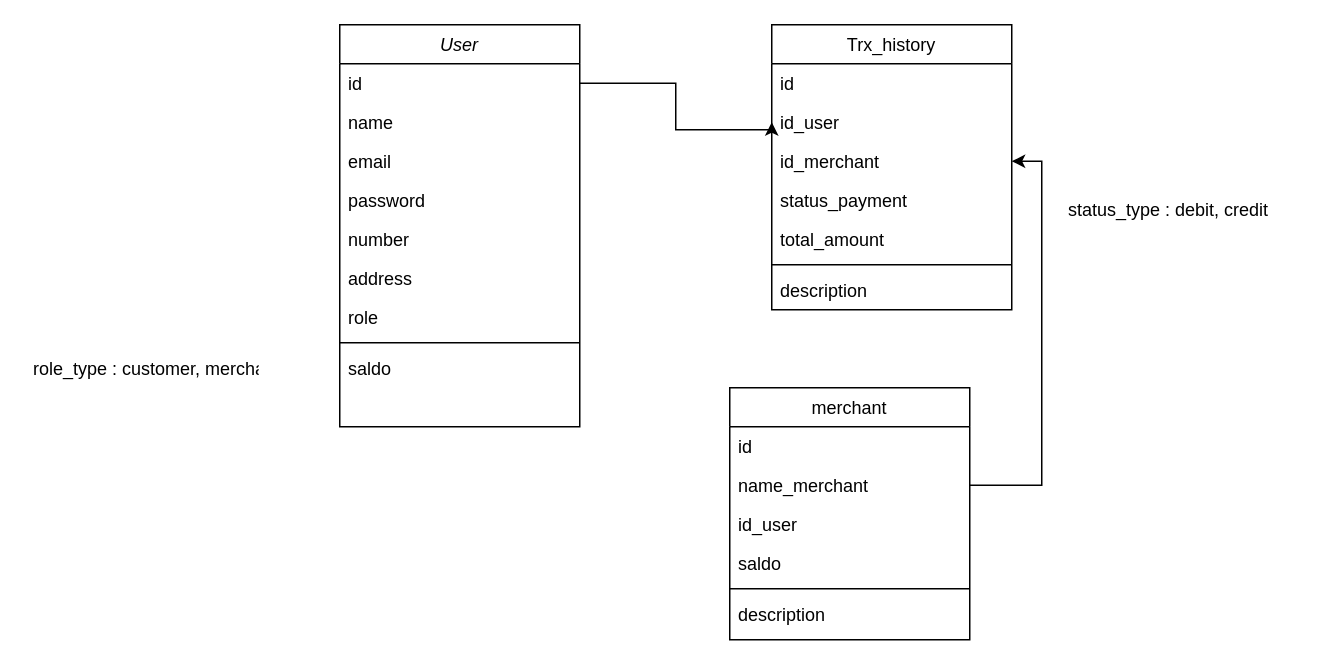
Before: Untitled Diagram.drawio in FadhellNPutra/PayEasy, a draw.io diagram. Source tidied: cells renumbered, new cells numbered last; positions are measured from the earlier drawing's top-left corner, leaving out a move shared by most shapes. Both pictures are drawn from the tidied source at 150%, with x=0, y=0 at pixel (24, 24).
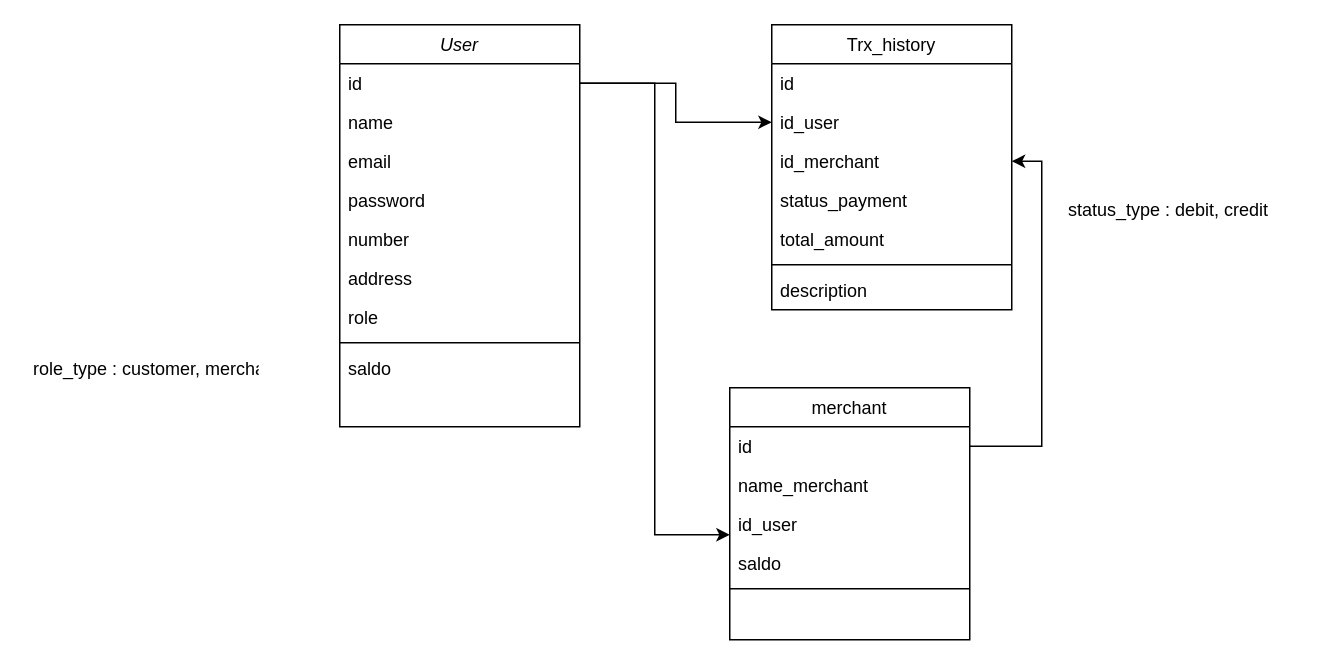
The same diagram, later.

Unchanged cells that the change refers to:
```xml
<mxCell id="3" value="id&#10;" style="text;align=left;verticalAlign=top;spacingLeft=4;spacingRight=4;overflow=hidden;points=[[0,0.5],[1,0.5]];portConstraint=eastwest;" parent="2" vertex="1">
  <mxGeometry y="26" width="160" height="26" as="geometry" />
</mxCell>
<mxCell id="14" value="id_user" style="text;align=left;verticalAlign=top;spacingLeft=4;spacingRight=4;overflow=hidden;points=[[0,0.5],[1,0.5]];portConstraint=eastwest;rounded=0;shadow=0;html=0;" parent="12" vertex="1">
  <mxGeometry y="52" width="160" height="26" as="geometry" />
</mxCell>
<mxCell id="15" value="id_merchant" style="text;align=left;verticalAlign=top;spacingLeft=4;spacingRight=4;overflow=hidden;points=[[0,0.5],[1,0.5]];portConstraint=eastwest;rounded=0;shadow=0;html=0;" parent="12" vertex="1">
  <mxGeometry y="78" width="160" height="26" as="geometry" />
</mxCell>
<mxCell id="21" value="merchant" style="swimlane;fontStyle=0;align=center;verticalAlign=top;horizontal=1;startSize=26;rounded=0;shadow=0;strokeWidth=1;" parent="1" vertex="1">
  <mxGeometry x="470" y="242" width="160" height="168" as="geometry" />
</mxCell>
<mxCell id="22" value="id" style="text;align=left;verticalAlign=top;spacingLeft=4;spacingRight=4;overflow=hidden;points=[[0,0.5],[1,0.5]];portConstraint=eastwest;" parent="21" vertex="1">
  <mxGeometry y="26" width="160" height="26" as="geometry" />
</mxCell>
<mxCell id="23" value="name_merchant" style="text;align=left;verticalAlign=top;spacingLeft=4;spacingRight=4;overflow=hidden;points=[[0,0.5],[1,0.5]];portConstraint=eastwest;rounded=0;shadow=0;html=0;" parent="21" vertex="1">
  <mxGeometry y="52" width="160" height="26" as="geometry" />
</mxCell>
<mxCell id="24" value="id_user" style="text;align=left;verticalAlign=top;spacingLeft=4;spacingRight=4;overflow=hidden;points=[[0,0.5],[1,0.5]];portConstraint=eastwest;rounded=0;shadow=0;html=0;" parent="21" vertex="1">
  <mxGeometry y="78" width="160" height="26" as="geometry" />
</mxCell>
```

Diff of the diagram source:
```diff
@@
-    <mxCell id="20" style="edgeStyle=orthogonalEdgeStyle;rounded=0;jettySize=auto;html=1;entryX=0;entryY=0.5;entryDx=0;entryDy=0;" parent="1" edge="1" source="3">
-      <mxGeometry relative="1" as="geometry">
-        <mxPoint x="498" y="65" as="targetPoint" />
-        <Array as="points">
-          <mxPoint x="434" y="39" />
-          <mxPoint x="434" y="70" />
-          <mxPoint x="498" y="70" />
-        </Array>
-      </mxGeometry>
-    </mxCell>
@@
-    <mxCell id="27" value="description" style="text;align=left;verticalAlign=top;spacingLeft=4;spacingRight=4;overflow=hidden;rounded=0;shadow=0;html=0;" parent="21" vertex="1">
-      <mxGeometry y="138" width="160" height="26" as="geometry" />
-    </mxCell>
-    <mxCell id="28" style="edgeStyle=orthogonalEdgeStyle;rounded=0;jettySize=auto;html=1;entryX=1;entryY=0.5;entryDx=0;entryDy=0;" parent="1" edge="1" source="23" target="15">
-      <mxGeometry relative="1" as="geometry" />
-    </mxCell>
@@
+    <mxCell id="31" style="edgeStyle=orthogonalEdgeStyle;rounded=0;jettySize=auto;html=1;exitX=1;exitY=0.5;exitDx=0;exitDy=0;entryX=0;entryY=0.769;entryDx=0;entryDy=0;entryPerimeter=0;" parent="1" edge="1" source="3" target="24">
+      <mxGeometry relative="1" as="geometry" />
+    </mxCell>
+    <mxCell id="32" style="edgeStyle=orthogonalEdgeStyle;rounded=0;jettySize=auto;html=1;exitX=1;exitY=0.5;exitDx=0;exitDy=0;" parent="1" edge="1" source="3" target="14">
+      <mxGeometry relative="1" as="geometry" />
+    </mxCell>
+    <mxCell id="33" style="edgeStyle=orthogonalEdgeStyle;rounded=0;jettySize=auto;html=1;exitX=1;exitY=0.5;exitDx=0;exitDy=0;entryX=1;entryY=0.5;entryDx=0;entryDy=0;" parent="1" edge="1" source="22" target="15">
+      <mxGeometry relative="1" as="geometry" />
+    </mxCell>
```
